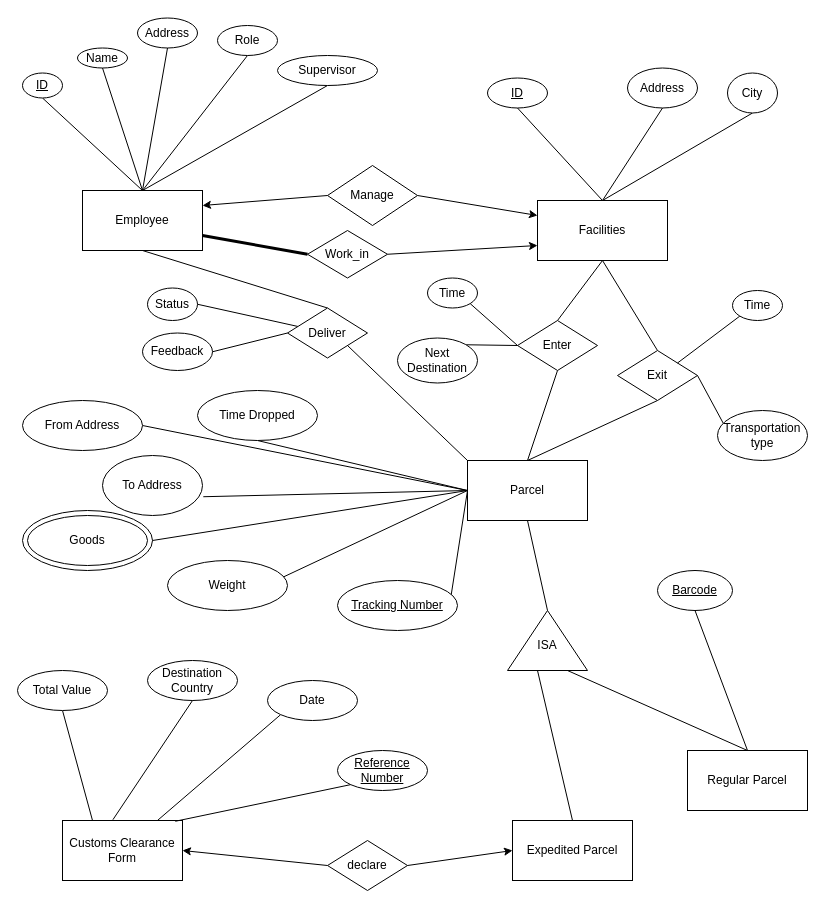
Before: ER.drawio in StevenYang23/FlagRaisingGame, a draw.io diagram. Source tidied: cells renumbered, new cells numbered last; positions are measured from the earlier drawing's top-left corner, leaving out a move shared by most shapes. Both pictures are drawn from the tidied source at 100%, with x=0, y=0 at pixel (17, 18).
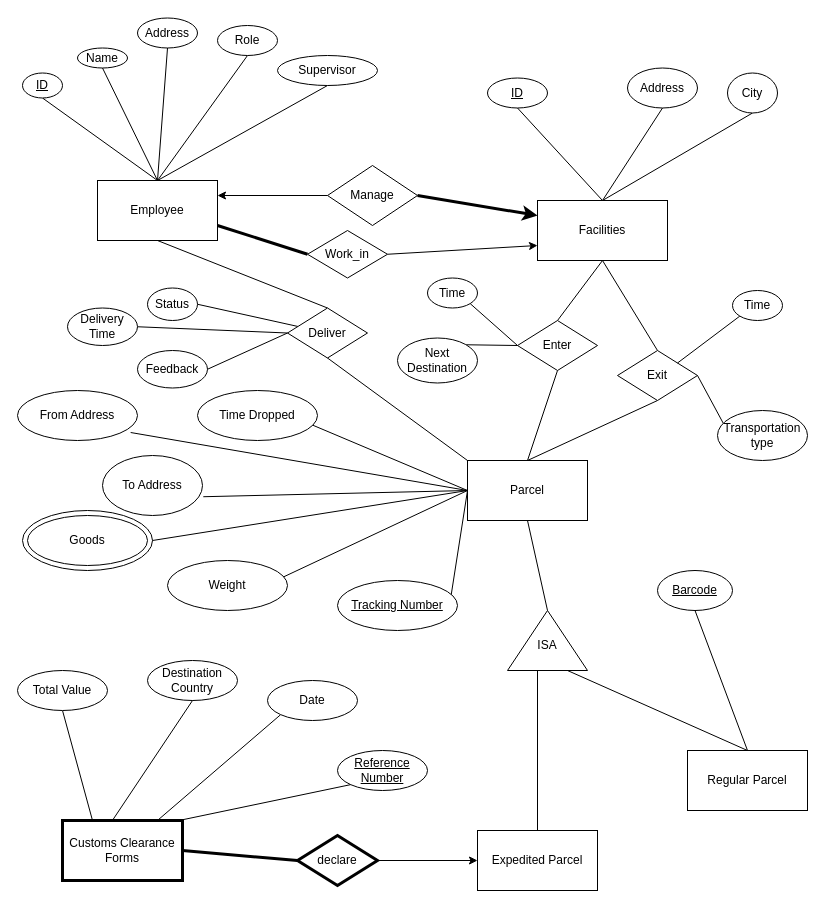
After the change.

The change refers to these unchanged cells:
```xml
<mxCell id="5" value="Facilities" style="rounded=0;whiteSpace=wrap;html=1;" parent="1" vertex="1">
  <mxGeometry x="520" y="182" width="130" height="60" as="geometry" />
</mxCell>
<mxCell id="13" value="Manage" style="rhombus;whiteSpace=wrap;html=1;" parent="1" vertex="1">
  <mxGeometry x="310" y="147" width="90" height="60" as="geometry" />
</mxCell>
<mxCell id="32" value="Parcel" style="rounded=0;whiteSpace=wrap;html=1;" parent="1" vertex="1">
  <mxGeometry x="450" y="442" width="120" height="60" as="geometry" />
</mxCell>
<mxCell id="40" value="Time Dropped" style="ellipse;whiteSpace=wrap;html=1;" parent="1" vertex="1">
  <mxGeometry x="180" y="372" width="120" height="50" as="geometry" />
</mxCell>
<mxCell id="74" value="Work_in" style="rhombus;whiteSpace=wrap;html=1;" parent="1" vertex="1">
  <mxGeometry x="290" y="212" width="80" height="47.5" as="geometry" />
</mxCell>
<mxCell id="77" value="Deliver" style="rhombus;whiteSpace=wrap;html=1;" parent="1" vertex="1">
  <mxGeometry x="270" y="289.5" width="80" height="50" as="geometry" />
</mxCell>
```

What changed in the source:
```diff
@@
-    <mxCell id="12" style="rounded=0;jettySize=auto;html=1;entryX=0;entryY=0.25;entryDx=0;entryDy=0;endArrow=classic;endFill=1;curved=0;strokeColor=default;strokeWidth=1;exitX=1;exitY=0.5;exitDx=0;exitDy=0;" parent="1" edge="1" source="13" target="5">
+    <mxCell id="12" style="rounded=0;jettySize=auto;html=1;entryX=0;entryY=0.25;entryDx=0;entryDy=0;endArrow=classic;endFill=1;curved=0;strokeColor=default;strokeWidth=3;exitX=1;exitY=0.5;exitDx=0;exitDy=0;" parent="1" edge="1" source="13" target="5">
       <mxGeometry relative="1" as="geometry" />
     </mxCell>
@@
-    <mxCell id="14" style="rounded=0;jettySize=auto;html=1;exitX=1;exitY=0.25;exitDx=0;exitDy=0;entryX=0;entryY=0.5;entryDx=0;entryDy=0;endArrow=none;endFill=0;startArrow=classic;startFill=1;" parent="1" edge="1" source="16" target="13">
+    <mxCell id="14" style="rounded=0;jettySize=auto;html=1;exitX=1;exitY=0.25;exitDx=0;exitDy=0;entryX=0;entryY=0.5;entryDx=0;entryDy=0;endArrow=none;endFill=0;startArrow=classic;startFill=1;strokeWidth=1;" parent="1" edge="1" source="16" target="13">
       <mxGeometry relative="1" as="geometry" />
     </mxCell>
@@
     <mxCell id="16" value="Employee" style="rounded=0;whiteSpace=wrap;html=1;" parent="1" vertex="1">
-      <mxGeometry x="65" y="172" width="120" height="60" as="geometry" />
+      <mxGeometry x="80" y="162" width="120" height="60" as="geometry" />
     </mxCell>
@@
     <mxCell id="30" value="Expedited Parcel" style="rounded=0;whiteSpace=wrap;html=1;" parent="1" vertex="1">
-      <mxGeometry x="495" y="802" width="120" height="60" as="geometry" />
+      <mxGeometry x="460" y="812" width="120" height="60" as="geometry" />
     </mxCell>
@@
-    <mxCell id="37" style="rounded=0;jettySize=auto;html=1;exitX=1;exitY=0.5;exitDx=0;exitDy=0;endArrow=none;endFill=0;entryX=0;entryY=0.5;entryDx=0;entryDy=0;" parent="1" edge="1" source="38" target="32">
+    <mxCell id="37" style="rounded=0;jettySize=auto;html=1;exitX=0.943;exitY=0.84;exitDx=0;exitDy=0;endArrow=none;endFill=0;entryX=0;entryY=0.5;entryDx=0;entryDy=0;exitPerimeter=0;" parent="1" edge="1" source="38" target="32">
       <mxGeometry relative="1" as="geometry" />
     </mxCell>
     <mxCell id="38" value="From Address" style="ellipse;whiteSpace=wrap;html=1;" parent="1" vertex="1">
-      <mxGeometry x="5" y="382" width="120" height="50" as="geometry" />
+      <mxGeometry y="372" width="120" height="50" as="geometry" />
     </mxCell>
-    <mxCell id="39" style="rounded=0;jettySize=auto;html=1;exitX=0.5;exitY=1;exitDx=0;exitDy=0;endArrow=none;endFill=0;entryX=0;entryY=0.5;entryDx=0;entryDy=0;" parent="1" edge="1" source="40" target="32">
+    <mxCell id="39" style="rounded=0;jettySize=auto;html=1;exitX=0.963;exitY=0.696;exitDx=0;exitDy=0;endArrow=none;endFill=0;entryX=0;entryY=0.5;entryDx=0;entryDy=0;exitPerimeter=0;" parent="1" edge="1" source="40" target="32">
       <mxGeometry relative="1" as="geometry" />
     </mxCell>
@@
-    <mxCell id="61" value="Customs Clearance Form" style="rounded=0;whiteSpace=wrap;html=1;" parent="1" vertex="1">
+    <mxCell id="61" value="Customs Clearance Forms" style="rounded=0;whiteSpace=wrap;html=1;strokeWidth=3;" parent="1" vertex="1">
       <mxGeometry x="45" y="802" width="120" height="60" as="geometry" />
     </mxCell>
@@
-    <mxCell id="68" style="rounded=0;jettySize=auto;html=1;exitX=0;exitY=0.5;exitDx=0;exitDy=0;entryX=1;entryY=0.5;entryDx=0;entryDy=0;" parent="1" edge="1" source="69" target="61">
+    <mxCell id="68" style="rounded=0;jettySize=auto;html=1;exitX=0;exitY=0.5;exitDx=0;exitDy=0;entryX=1;entryY=0.5;entryDx=0;entryDy=0;strokeWidth=3;endArrow=none;endFill=0;" parent="1" edge="1" source="69" target="61">
       <mxGeometry relative="1" as="geometry" />
     </mxCell>
-    <mxCell id="69" value="declare" style="rhombus;whiteSpace=wrap;html=1;" parent="1" vertex="1">
-      <mxGeometry x="310" y="822" width="80" height="50" as="geometry" />
+    <mxCell id="69" value="declare" style="rhombus;whiteSpace=wrap;html=1;strokeWidth=3;" parent="1" vertex="1">
+      <mxGeometry x="280" y="817" width="80" height="50" as="geometry" />
     </mxCell>
@@
-    <mxCell id="73" style="rounded=0;jettySize=auto;html=1;exitX=1;exitY=0.5;exitDx=0;exitDy=0;entryX=0;entryY=0.75;entryDx=0;entryDy=0;" parent="1" edge="1" source="74" target="5">
+    <mxCell id="73" style="rounded=0;jettySize=auto;html=1;exitX=1;exitY=0.5;exitDx=0;exitDy=0;entryX=0;entryY=0.75;entryDx=0;entryDy=0;strokeWidth=1;" parent="1" edge="1" source="74" target="5">
       <mxGeometry relative="1" as="geometry" />
     </mxCell>
@@
-    <mxCell id="78" style="rounded=0;jettySize=auto;html=1;exitX=1;exitY=1;exitDx=0;exitDy=0;endArrow=none;endFill=0;entryX=0;entryY=0;entryDx=0;entryDy=0;" parent="1" edge="1" source="77" target="32">
+    <mxCell id="78" style="rounded=0;jettySize=auto;html=1;exitX=0.5;exitY=1;exitDx=0;exitDy=0;endArrow=none;endFill=0;entryX=0;entryY=0;entryDx=0;entryDy=0;" parent="1" edge="1" source="77" target="32">
       <mxGeometry relative="1" as="geometry" />
     </mxCell>
@@
     <mxCell id="80" value="Feedback" style="ellipse;whiteSpace=wrap;html=1;" parent="1" vertex="1">
-      <mxGeometry x="125" y="314.5" width="70" height="37.5" as="geometry" />
+      <mxGeometry x="120" y="332" width="70" height="37.5" as="geometry" />
     </mxCell>
@@
+    <mxCell id="82" style="rounded=0;jettySize=auto;html=1;exitX=1;exitY=0.5;exitDx=0;exitDy=0;entryX=0;entryY=0.5;entryDx=0;entryDy=0;endArrow=none;endFill=0;" parent="1" edge="1" source="83" target="77">
+      <mxGeometry relative="1" as="geometry" />
+    </mxCell>
+    <mxCell id="83" value="Delivery Time" style="ellipse;whiteSpace=wrap;html=1;" parent="1" vertex="1">
+      <mxGeometry x="50" y="289.5" width="70" height="37.5" as="geometry" />
+    </mxCell>
```
